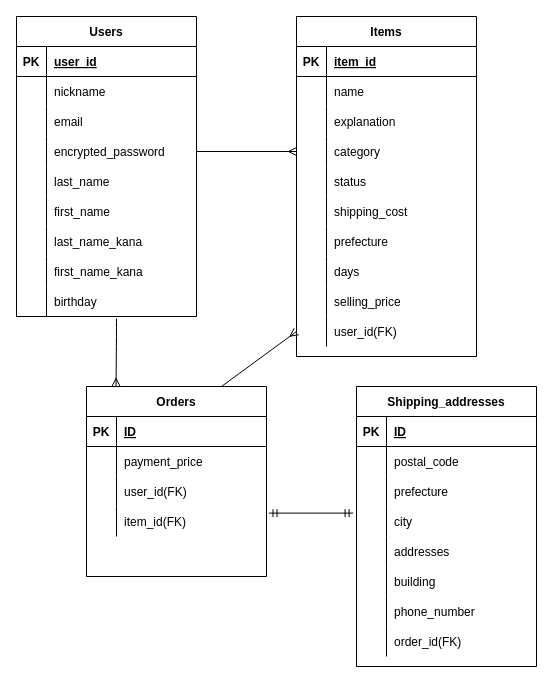
Before: ER.dio in ake3/furima-36701, a draw.io diagram. Source tidied: cells renumbered, new cells numbered last; positions are measured from the earlier drawing's top-left corner, leaving out a move shared by most shapes. Both pictures are drawn from the tidied source at 100%, with x=0, y=0 at pixel (16, 16).
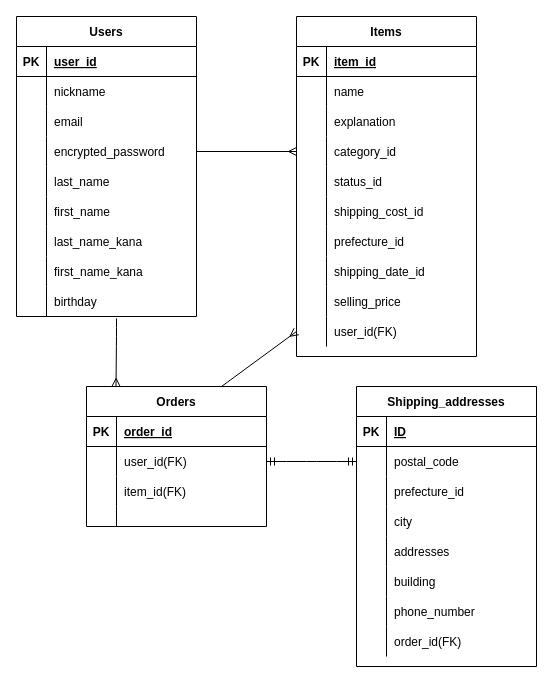
The same diagram, later.

Commit message (it also covers changes not shown here):
指摘箇所の訂正

The change refers to these unchanged cells:
```xml
<mxCell id="40" style="shape=partialRectangle;fillColor=none;top=0;left=0;bottom=0;right=0;points=[[0,0.5],[1,0.5]];portConstraint=eastwest;" parent="30" vertex="1">
  <mxGeometry y="120" width="180" height="30" as="geometry" />
</mxCell>
<mxCell id="43" style="shape=partialRectangle;fillColor=none;top=0;left=0;bottom=0;right=0;" parent="30" vertex="1">
  <mxGeometry y="150" width="180" height="30" as="geometry" />
</mxCell>
<mxCell id="46" style="shape=partialRectangle;fillColor=none;top=0;left=0;bottom=0;right=0;" parent="30" vertex="1">
  <mxGeometry y="180" width="180" height="30" as="geometry" />
</mxCell>
<mxCell id="49" style="shape=partialRectangle;fillColor=none;top=0;left=0;bottom=0;right=0;" parent="30" vertex="1">
  <mxGeometry y="210" width="180" height="30" as="geometry" />
</mxCell>
<mxCell id="52" style="shape=partialRectangle;fillColor=none;top=0;left=0;bottom=0;right=0;" parent="30" vertex="1">
  <mxGeometry y="240" width="180" height="30" as="geometry" />
</mxCell>
<mxCell id="65" style="shape=partialRectangle;fillColor=none;top=0;left=0;bottom=0;right=0;points=[[0,0.5],[1,0.5]];portConstraint=eastwest;" parent="61" vertex="1">
  <mxGeometry y="60" width="180" height="30" as="geometry" />
</mxCell>
<mxCell id="68" style="shape=partialRectangle;fillColor=none;top=0;left=0;bottom=0;right=0;" parent="61" vertex="1">
  <mxGeometry y="90" width="180" height="30" as="geometry" />
</mxCell>
<mxCell id="71" style="shape=partialRectangle;fillColor=none;top=0;left=0;bottom=0;right=0;points=[[0,0.5],[1,0.5]];portConstraint=eastwest;" parent="61" vertex="1">
  <mxGeometry y="120" width="180" height="30" as="geometry" />
</mxCell>
<mxCell id="89" style="shape=partialRectangle;fillColor=none;top=0;left=0;bottom=1;right=0;" parent="88" vertex="1">
  <mxGeometry y="30" width="180" height="30" as="geometry" />
</mxCell>
<mxCell id="92" style="shape=partialRectangle;fillColor=none;top=0;left=0;bottom=0;right=0;points=[[0,0.5],[1,0.5]];portConstraint=eastwest;" parent="88" vertex="1">
  <mxGeometry y="60" width="180" height="30" as="geometry" />
</mxCell>
<mxCell id="95" style="shape=partialRectangle;fillColor=none;top=0;left=0;bottom=0;right=0;" parent="88" vertex="1">
  <mxGeometry y="90" width="180" height="30" as="geometry" />
</mxCell>
```

The edit, as a diff of the source:
```diff
@@
-    <mxCell id="42" value="category" style="shape=partialRectangle;fillColor=none;top=0;left=0;bottom=0;right=0;align=left;spacingLeft=6;overflow=hidden;" parent="40" vertex="1">
+    <mxCell id="42" value="category_id" style="shape=partialRectangle;fillColor=none;top=0;left=0;bottom=0;right=0;align=left;spacingLeft=6;overflow=hidden;" parent="40" vertex="1">
       <mxGeometry x="30" width="150" height="30" as="geometry" />
     </mxCell>
@@
-    <mxCell id="45" value="status" style="shape=partialRectangle;fillColor=none;top=0;left=0;bottom=0;right=0;align=left;spacingLeft=6;overflow=hidden;" parent="43" vertex="1">
+    <mxCell id="45" value="status_id" style="shape=partialRectangle;fillColor=none;top=0;left=0;bottom=0;right=0;align=left;spacingLeft=6;overflow=hidden;" parent="43" vertex="1">
       <mxGeometry x="30" width="150" height="30" as="geometry" />
     </mxCell>
@@
-    <mxCell id="48" value="shipping_cost" style="shape=partialRectangle;fillColor=none;top=0;left=0;bottom=0;right=0;align=left;spacingLeft=6;overflow=hidden;" parent="46" vertex="1">
+    <mxCell id="48" value="shipping_cost_id" style="shape=partialRectangle;fillColor=none;top=0;left=0;bottom=0;right=0;align=left;spacingLeft=6;overflow=hidden;" parent="46" vertex="1">
       <mxGeometry x="30" width="150" height="30" as="geometry" />
     </mxCell>
@@
-    <mxCell id="51" value="prefecture" style="shape=partialRectangle;fillColor=none;top=0;left=0;bottom=0;right=0;align=left;spacingLeft=6;overflow=hidden;" parent="49" vertex="1">
+    <mxCell id="51" value="prefecture_id" style="shape=partialRectangle;fillColor=none;top=0;left=0;bottom=0;right=0;align=left;spacingLeft=6;overflow=hidden;" parent="49" vertex="1">
       <mxGeometry x="30" width="150" height="30" as="geometry" />
     </mxCell>
@@
-    <mxCell id="54" value="days" style="shape=partialRectangle;fillColor=none;top=0;left=0;bottom=0;right=0;align=left;spacingLeft=6;overflow=hidden;" parent="52" vertex="1">
+    <mxCell id="54" value="shipping_date_id" style="shape=partialRectangle;fillColor=none;top=0;left=0;bottom=0;right=0;align=left;spacingLeft=6;overflow=hidden;" parent="52" vertex="1">
       <mxGeometry x="30" width="150" height="30" as="geometry" />
     </mxCell>
@@
-    <mxCell id="70" value="prefecture" style="shape=partialRectangle;fillColor=none;top=0;left=0;bottom=0;right=0;align=left;spacingLeft=6;overflow=hidden;" parent="68" vertex="1">
+    <mxCell id="70" value="prefecture_id" style="shape=partialRectangle;fillColor=none;top=0;left=0;bottom=0;right=0;align=left;spacingLeft=6;overflow=hidden;" parent="68" vertex="1">
       <mxGeometry x="30" width="150" height="30" as="geometry" />
     </mxCell>
@@
     <mxCell id="88" value="Orders" style="shape=table;startSize=30;childLayout=tableLayout;rowLines=0;fontStyle=1;align=center;" parent="1" vertex="1">
-      <mxGeometry x="70" y="370" width="180" height="190" as="geometry" />
+      <mxGeometry x="70" y="370" width="180" height="140" as="geometry" />
     </mxCell>
@@
-    <mxCell id="91" value="ID" style="shape=partialRectangle;fillColor=none;top=0;left=0;bottom=0;right=0;align=left;spacingLeft=6;fontStyle=5;overflow=hidden;" parent="89" vertex="1">
+    <mxCell id="91" value="order_id" style="shape=partialRectangle;fillColor=none;top=0;left=0;bottom=0;right=0;align=left;spacingLeft=6;fontStyle=5;overflow=hidden;" parent="89" vertex="1">
       <mxGeometry x="30" width="150" height="30" as="geometry" />
     </mxCell>
@@
-    <mxCell id="94" value="payment_price" style="shape=partialRectangle;fillColor=none;top=0;left=0;bottom=0;right=0;align=left;spacingLeft=6;overflow=hidden;" parent="92" vertex="1">
+    <mxCell id="94" value="user_id(FK)" style="shape=partialRectangle;fillColor=none;top=0;left=0;bottom=0;right=0;align=left;spacingLeft=6;overflow=hidden;" parent="92" vertex="1">
       <mxGeometry x="30" width="150" height="30" as="geometry" />
     </mxCell>
@@
-    <mxCell id="97" value="user_id(FK)" style="shape=partialRectangle;fillColor=none;top=0;left=0;bottom=0;right=0;align=left;spacingLeft=6;overflow=hidden;" parent="95" vertex="1">
+    <mxCell id="97" value="item_id(FK)" style="shape=partialRectangle;fillColor=none;top=0;left=0;bottom=0;right=0;align=left;spacingLeft=6;overflow=hidden;" parent="95" vertex="1">
       <mxGeometry x="30" width="150" height="30" as="geometry" />
     </mxCell>
     <mxCell id="98" style="shape=partialRectangle;fillColor=none;top=0;left=0;bottom=0;right=0;points=[[0,0.5],[1,0.5]];portConstraint=eastwest;" parent="88" vertex="1">
-      <mxGeometry y="120" width="180" height="30" as="geometry" />
+      <mxGeometry y="120" width="180" height="20" as="geometry" />
     </mxCell>
     <mxCell id="99" style="shape=partialRectangle;fillColor=none;top=0;left=0;bottom=0;right=0;overflow=hidden;" parent="98" vertex="1">
-      <mxGeometry width="30" height="30" as="geometry" />
+      <mxGeometry width="30" height="20" as="geometry" />
     </mxCell>
-    <mxCell id="100" value="item_id(FK)" style="shape=partialRectangle;fillColor=none;top=0;left=0;bottom=0;right=0;align=left;spacingLeft=6;overflow=hidden;" parent="98" vertex="1">
-      <mxGeometry x="30" width="150" height="30" as="geometry" />
+    <mxCell id="100" style="shape=partialRectangle;fillColor=none;top=0;left=0;bottom=0;right=0;align=left;spacingLeft=6;overflow=hidden;" parent="98" vertex="1">
+      <mxGeometry x="30" width="150" height="20" as="geometry" />
     </mxCell>
@@
-    <mxCell id="102" style="edgeStyle=entityRelationEdgeStyle;fontSize=12;html=1;endArrow=ERmandOne;startArrow=ERmandOne;entryX=-0.019;entryY=0.22;entryDx=0;entryDy=0;entryPerimeter=0;exitX=1.014;exitY=0.22;exitDx=0;exitDy=0;exitPerimeter=0;" parent="1" edge="1" source="98" target="71">
+    <mxCell id="102" style="edgeStyle=entityRelationEdgeStyle;fontSize=12;html=1;endArrow=ERmandOne;startArrow=ERmandOne;entryX=0;entryY=0.5;entryDx=0;entryDy=0;exitX=1;exitY=0.5;exitDx=0;exitDy=0;" parent="1" edge="1" source="92" target="65">
       <mxGeometry relative="1" as="geometry" />
     </mxCell>
```
